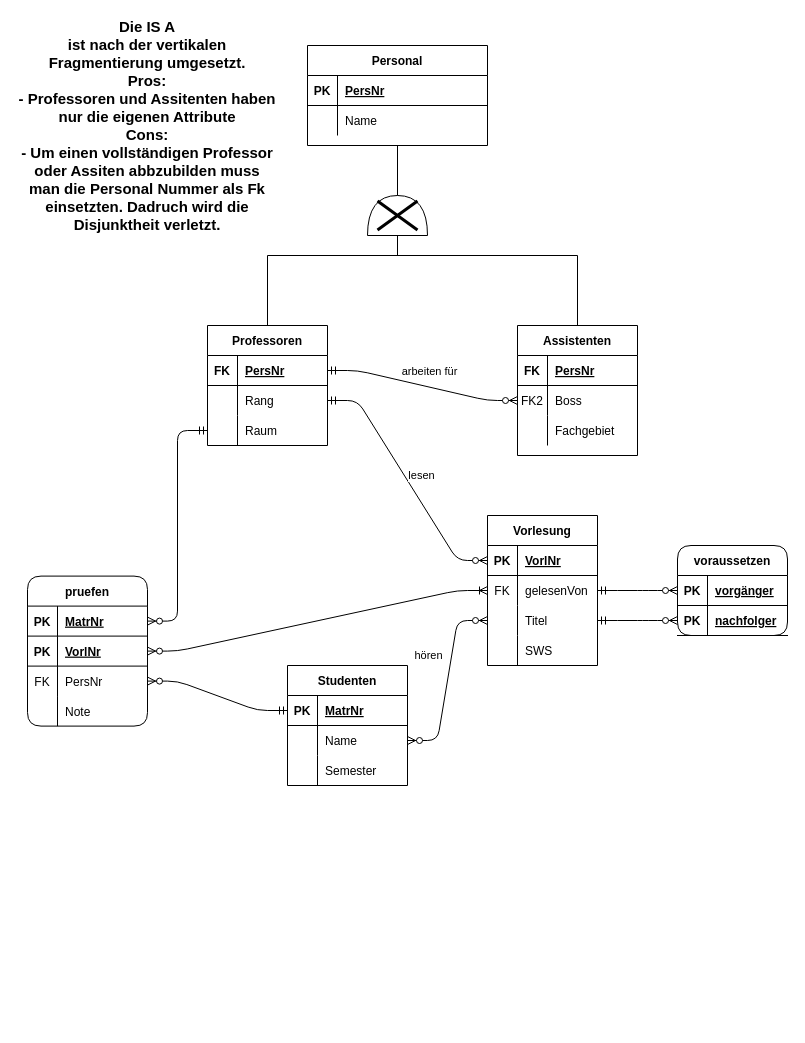
The draw.io diagram P1_A1_EERD.drawio in TobiasMusiol/DB2_SoSem21, before the edit. Source tidied: cells renumbered, new cells numbered last; positions are measured from the earlier drawing's top-left corner, leaving out a move shared by most shapes. Both pictures are drawn from the tidied source at 100%, with x=0, y=0 at pixel (17, 19).
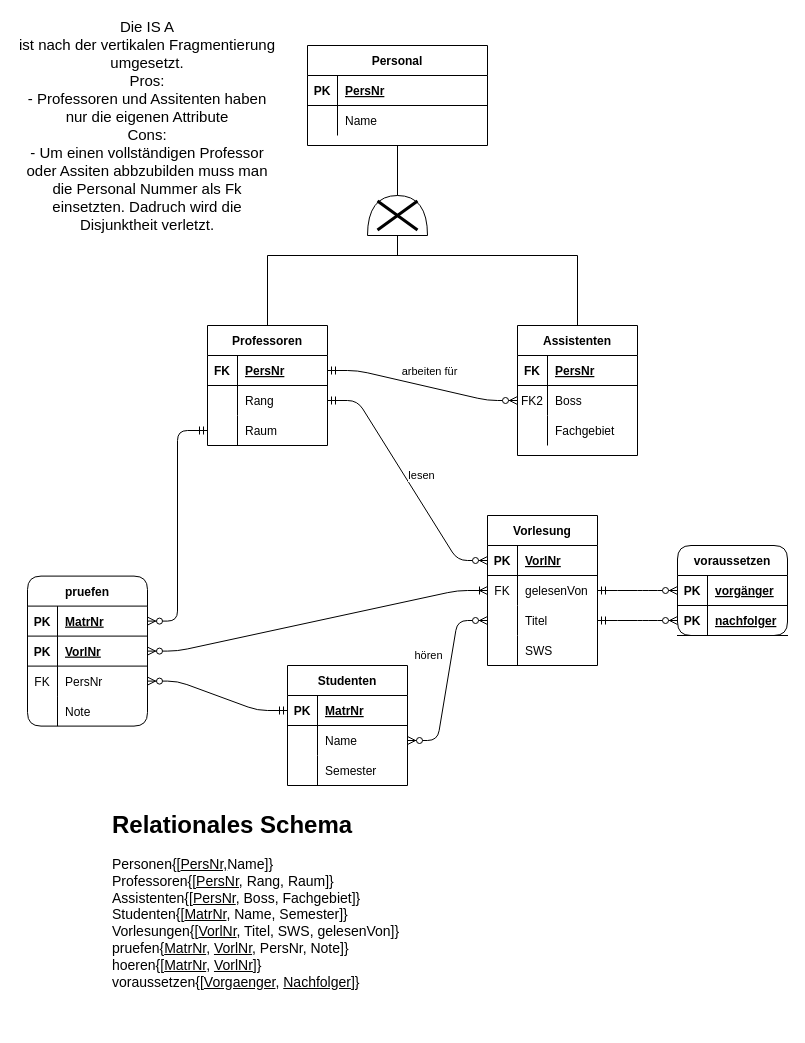
The same page after the edit.

The edit, as a diff of the source:
```diff
@@
-    <mxCell id="91" value="&lt;font style=&quot;font-size: 15px&quot;&gt;&lt;b&gt;&lt;font style=&quot;font-size: 15px&quot;&gt;Die IS A &lt;br&gt;&lt;/font&gt;&lt;/b&gt;&lt;/font&gt;&lt;div style=&quot;font-size: 15px&quot;&gt;&lt;font style=&quot;font-size: 15px&quot;&gt;&lt;b&gt;ist nach der vertikalen Fragmentierung umgesetzt.&lt;/b&gt;&lt;/font&gt;&lt;/div&gt;&lt;div style=&quot;font-size: 15px&quot;&gt;&lt;font style=&quot;font-size: 15px&quot;&gt;&lt;b&gt;Pros:&lt;/b&gt;&lt;/font&gt;&lt;/div&gt;&lt;div style=&quot;font-size: 15px&quot;&gt;&lt;font style=&quot;font-size: 15px&quot;&gt;&lt;b&gt;- Professoren und Assitenten haben nur die eigenen Attribute&lt;/b&gt;&lt;/font&gt;&lt;/div&gt;&lt;div style=&quot;font-size: 15px&quot;&gt;&lt;font style=&quot;font-size: 15px&quot;&gt;&lt;b&gt;Cons:&lt;/b&gt;&lt;/font&gt;&lt;/div&gt;&lt;div style=&quot;font-size: 15px&quot;&gt;&lt;font style=&quot;font-size: 15px&quot;&gt;&lt;b&gt;- Um einen vollständigen Professor oder Assiten abbzubilden muss man die Personal Nummer als Fk einsetzten. Dadruch wird die Disjunktheit verletzt.&lt;br&gt;&lt;/b&gt;&lt;/font&gt;&lt;/div&gt;" style="text;html=1;strokeColor=none;fillColor=none;align=center;verticalAlign=middle;whiteSpace=wrap;rounded=0;" parent="1" vertex="1">
+    <mxCell id="91" value="&lt;font style=&quot;font-size: 15px&quot;&gt;&lt;font style=&quot;font-size: 15px&quot;&gt;Die IS A &lt;br&gt;&lt;/font&gt;&lt;/font&gt;&lt;div style=&quot;font-size: 15px&quot;&gt;&lt;font style=&quot;font-size: 15px&quot;&gt;ist nach der vertikalen Fragmentierung umgesetzt.&lt;/font&gt;&lt;/div&gt;&lt;div style=&quot;font-size: 15px&quot;&gt;&lt;font style=&quot;font-size: 15px&quot;&gt;Pros:&lt;/font&gt;&lt;/div&gt;&lt;div style=&quot;font-size: 15px&quot;&gt;&lt;font style=&quot;font-size: 15px&quot;&gt;- Professoren und Assitenten haben nur die eigenen Attribute&lt;/font&gt;&lt;/div&gt;&lt;div style=&quot;font-size: 15px&quot;&gt;&lt;font style=&quot;font-size: 15px&quot;&gt;Cons:&lt;/font&gt;&lt;/div&gt;&lt;div style=&quot;font-size: 15px&quot;&gt;&lt;font style=&quot;font-size: 15px&quot;&gt;- Um einen vollständigen Professor oder Assiten abbzubilden muss man die Personal Nummer als Fk einsetzten. Dadruch wird die Disjunktheit verletzt.&lt;b&gt;&lt;br&gt;&lt;/b&gt;&lt;/font&gt;&lt;/div&gt;" style="text;html=1;strokeColor=none;fillColor=none;align=center;verticalAlign=middle;whiteSpace=wrap;rounded=0;" parent="1" vertex="1">
       <mxGeometry y="0.5" width="260" height="210" as="geometry" />
     </mxCell>
+    <mxCell id="92" value="&lt;h1&gt;Relationales Schema&lt;/h1&gt;&lt;div style=&quot;font-size: 14px&quot;&gt;Personen{[&lt;u&gt;PersNr,&lt;/u&gt;Name]}&lt;/div&gt;&lt;div style=&quot;font-size: 14px&quot;&gt;Professoren{[&lt;u&gt;PersNr,&lt;/u&gt; Rang, Raum]}&lt;/div&gt;&lt;div style=&quot;font-size: 14px&quot;&gt;Assistenten{[&lt;u&gt;PersNr&lt;/u&gt;, Boss, Fachgebiet]}&lt;/div&gt;&lt;div style=&quot;font-size: 14px&quot;&gt;Studenten{[&lt;u&gt;MatrNr&lt;/u&gt;, Name, Semester]}&lt;br&gt;&lt;/div&gt;&lt;div style=&quot;font-size: 14px&quot;&gt;Vorlesungen{[&lt;u&gt;VorlNr&lt;/u&gt;, Titel, SWS, gelesenVon]}&lt;/div&gt;&lt;div style=&quot;font-size: 14px&quot;&gt;pruefen{&lt;u&gt;MatrNr&lt;/u&gt;, &lt;u&gt;VorlNr&lt;/u&gt;, PersNr, Note]}&lt;/div&gt;&lt;div style=&quot;font-size: 14px&quot;&gt;hoeren{[&lt;u&gt;MatrNr&lt;/u&gt;, &lt;u&gt;VorlNr&lt;/u&gt;]}&lt;/div&gt;&lt;div style=&quot;font-size: 14px&quot;&gt;voraussetzen{[&lt;u&gt;Vorgaenger&lt;/u&gt;, &lt;u&gt;Nachfolger&lt;/u&gt;]}&lt;/div&gt;&lt;div style=&quot;font-size: 14px&quot;&gt;&lt;br&gt;&lt;/div&gt;" style="text;html=1;strokeColor=none;fillColor=none;spacing=5;spacingTop=-20;whiteSpace=wrap;overflow=hidden;rounded=0;" parent="1" vertex="1">
+      <mxGeometry x="90" y="786" width="450" height="220" as="geometry" />
+    </mxCell>
```
